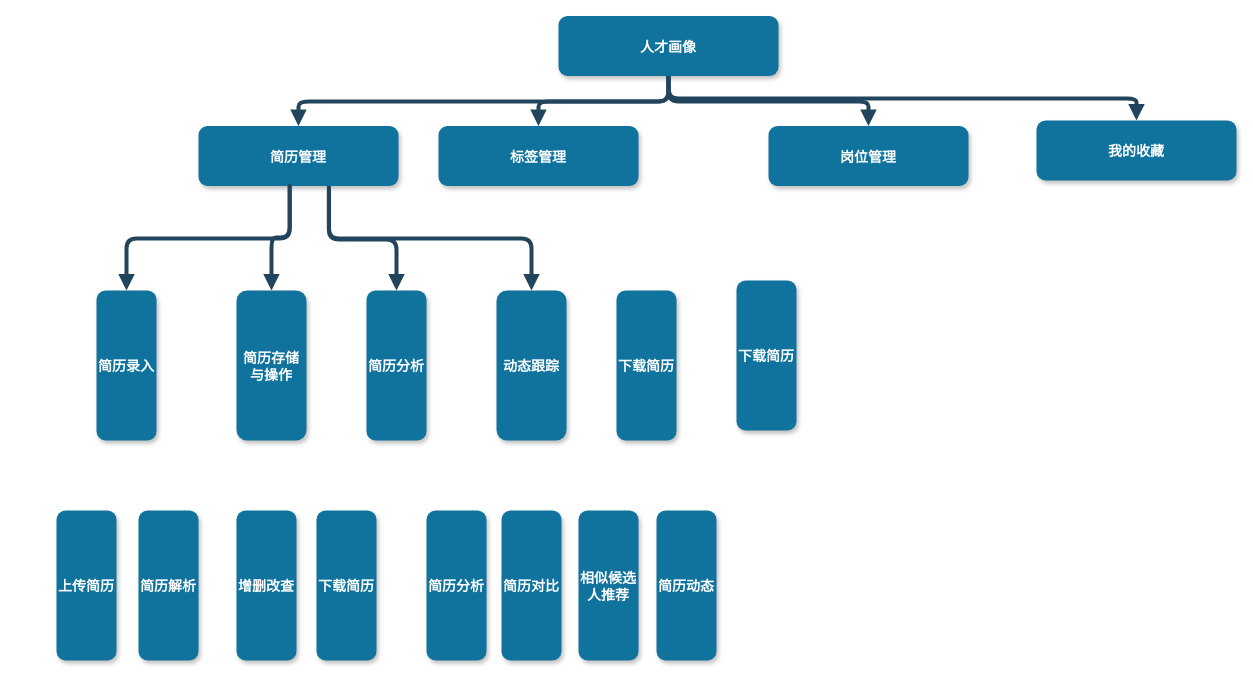
beyondgogogo/Graph keeps this draw.io diagram as 未命名绘图.drawio. Above is the earlier version. Source tidied: cells renumbered, new cells numbered last; positions are measured from the earlier drawing's top-left corner, leaving out a move shared by most shapes. Both pictures are drawn from the tidied source at 100%, with x=0, y=0 at pixel (56, 16).
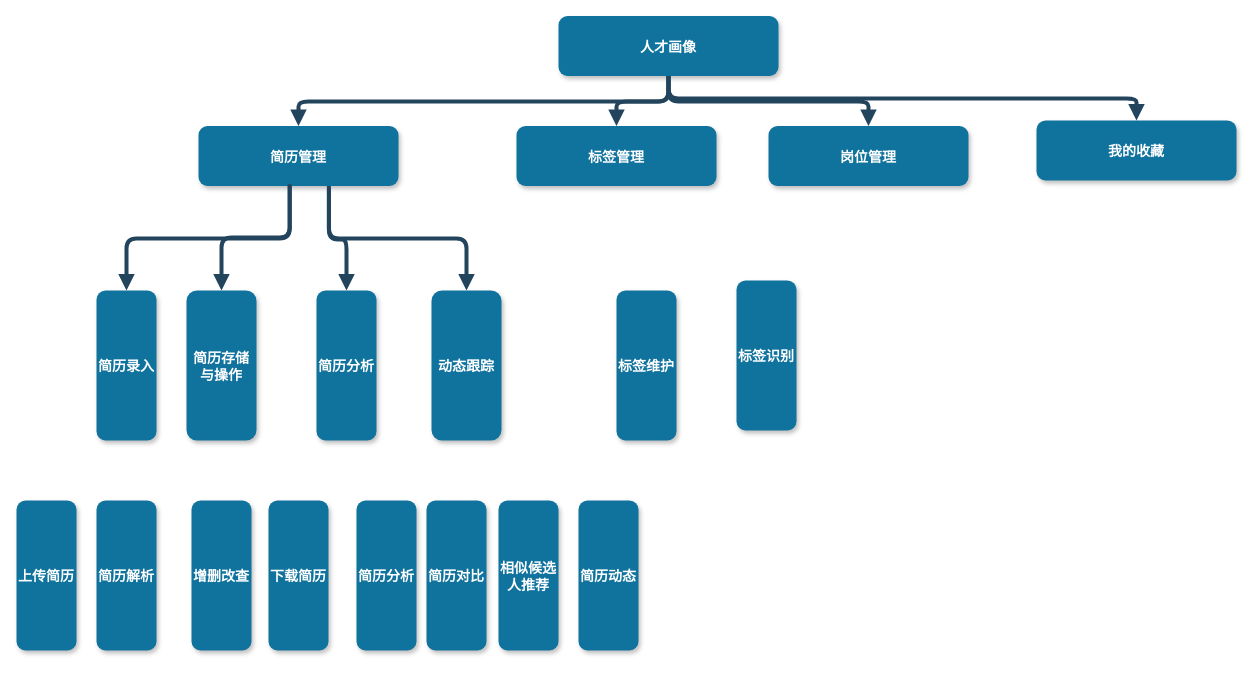
The same diagram, later.

Commit message (it also covers changes not shown here):
更新未命名绘图.drawio

Change to the diagram source:
```diff
@@
     <mxCell id="4" value="标签管理" style="rounded=1;fillColor=#10739E;strokeColor=none;shadow=1;gradientColor=none;fontStyle=1;fontColor=#FFFFFF;fontSize=14;" parent="1" vertex="1">
-      <mxGeometry x="382" y="109.5" width="200" height="60" as="geometry" />
+      <mxGeometry x="460" y="109.5" width="200" height="60" as="geometry" />
     </mxCell>
@@
     <mxCell id="12" value="简历存储&#10;与操作" style="rounded=1;fillColor=#10739E;strokeColor=none;shadow=1;gradientColor=none;fontStyle=1;fontColor=#FFFFFF;fontSize=14;" parent="1" vertex="1">
-      <mxGeometry x="180" y="274" width="70" height="150" as="geometry" />
+      <mxGeometry x="130" y="274" width="70" height="150" as="geometry" />
     </mxCell>
     <mxCell id="13" value="简历分析" style="rounded=1;fillColor=#10739E;strokeColor=none;shadow=1;gradientColor=none;fontStyle=1;fontColor=#FFFFFF;fontSize=14;" parent="1" vertex="1">
-      <mxGeometry x="310" y="274" width="60" height="150" as="geometry" />
+      <mxGeometry x="260" y="274" width="60" height="150" as="geometry" />
     </mxCell>
     <mxCell id="14" value="动态跟踪" style="rounded=1;fillColor=#10739E;strokeColor=none;shadow=1;gradientColor=none;fontStyle=1;fontColor=#FFFFFF;fontSize=14;" parent="1" vertex="1">
-      <mxGeometry x="440" y="274" width="70" height="150" as="geometry" />
+      <mxGeometry x="375" y="274" width="70" height="150" as="geometry" />
     </mxCell>
@@
     <mxCell id="19" value="上传简历" style="rounded=1;fillColor=#10739E;strokeColor=none;shadow=1;gradientColor=none;fontStyle=1;fontColor=#FFFFFF;fontSize=14;" parent="1" vertex="1">
-      <mxGeometry y="494" width="60" height="150" as="geometry" />
+      <mxGeometry x="-40" y="484" width="60" height="150" as="geometry" />
     </mxCell>
     <mxCell id="20" value="简历解析" style="rounded=1;fillColor=#10739E;strokeColor=none;shadow=1;gradientColor=none;fontStyle=1;fontColor=#FFFFFF;fontSize=14;" parent="1" vertex="1">
-      <mxGeometry x="82" y="494" width="60" height="150" as="geometry" />
+      <mxGeometry x="40" y="484" width="60" height="150" as="geometry" />
     </mxCell>
     <mxCell id="21" value="增删改查" style="rounded=1;fillColor=#10739E;strokeColor=none;shadow=1;gradientColor=none;fontStyle=1;fontColor=#FFFFFF;fontSize=14;" parent="1" vertex="1">
-      <mxGeometry x="180" y="494" width="60" height="150" as="geometry" />
+      <mxGeometry x="135" y="484" width="60" height="150" as="geometry" />
     </mxCell>
     <mxCell id="22" value="下载简历" style="rounded=1;fillColor=#10739E;strokeColor=none;shadow=1;gradientColor=none;fontStyle=1;fontColor=#FFFFFF;fontSize=14;" parent="1" vertex="1">
-      <mxGeometry x="260" y="494" width="60" height="150" as="geometry" />
+      <mxGeometry x="212" y="484" width="60" height="150" as="geometry" />
     </mxCell>
     <mxCell id="23" value="简历分析" style="rounded=1;fillColor=#10739E;strokeColor=none;shadow=1;gradientColor=none;fontStyle=1;fontColor=#FFFFFF;fontSize=14;" parent="1" vertex="1">
-      <mxGeometry x="370" y="494" width="60" height="150" as="geometry" />
+      <mxGeometry x="300" y="484" width="60" height="150" as="geometry" />
     </mxCell>
     <mxCell id="24" value="简历对比" style="rounded=1;fillColor=#10739E;strokeColor=none;shadow=1;gradientColor=none;fontStyle=1;fontColor=#FFFFFF;fontSize=14;" parent="1" vertex="1">
-      <mxGeometry x="445" y="494" width="60" height="150" as="geometry" />
+      <mxGeometry x="370" y="484" width="60" height="150" as="geometry" />
     </mxCell>
     <mxCell id="25" value="相似候选&#10;人推荐" style="rounded=1;fillColor=#10739E;strokeColor=none;shadow=1;gradientColor=none;fontStyle=1;fontColor=#FFFFFF;fontSize=14;" parent="1" vertex="1">
-      <mxGeometry x="522" y="494" width="60" height="150" as="geometry" />
+      <mxGeometry x="442" y="484" width="60" height="150" as="geometry" />
     </mxCell>
     <mxCell id="26" value="简历动态" style="rounded=1;fillColor=#10739E;strokeColor=none;shadow=1;gradientColor=none;fontStyle=1;fontColor=#FFFFFF;fontSize=14;" parent="1" vertex="1">
-      <mxGeometry x="600" y="494" width="60" height="150" as="geometry" />
+      <mxGeometry x="522" y="484" width="60" height="150" as="geometry" />
     </mxCell>
-    <mxCell id="27" value="下载简历" style="rounded=1;fillColor=#10739E;strokeColor=none;shadow=1;gradientColor=none;fontStyle=1;fontColor=#FFFFFF;fontSize=14;" parent="1" vertex="1">
+    <mxCell id="27" value="标签维护" style="rounded=1;fillColor=#10739E;strokeColor=none;shadow=1;gradientColor=none;fontStyle=1;fontColor=#FFFFFF;fontSize=14;" parent="1" vertex="1">
       <mxGeometry x="560" y="274" width="60" height="150" as="geometry" />
     </mxCell>
-    <mxCell id="28" value="下载简历" style="rounded=1;fillColor=#10739E;strokeColor=none;shadow=1;gradientColor=none;fontStyle=1;fontColor=#FFFFFF;fontSize=14;" parent="1" vertex="1">
+    <mxCell id="28" value="标签识别" style="rounded=1;fillColor=#10739E;strokeColor=none;shadow=1;gradientColor=none;fontStyle=1;fontColor=#FFFFFF;fontSize=14;" parent="1" vertex="1">
       <mxGeometry x="680" y="264" width="60" height="150" as="geometry" />
     </mxCell>
```
